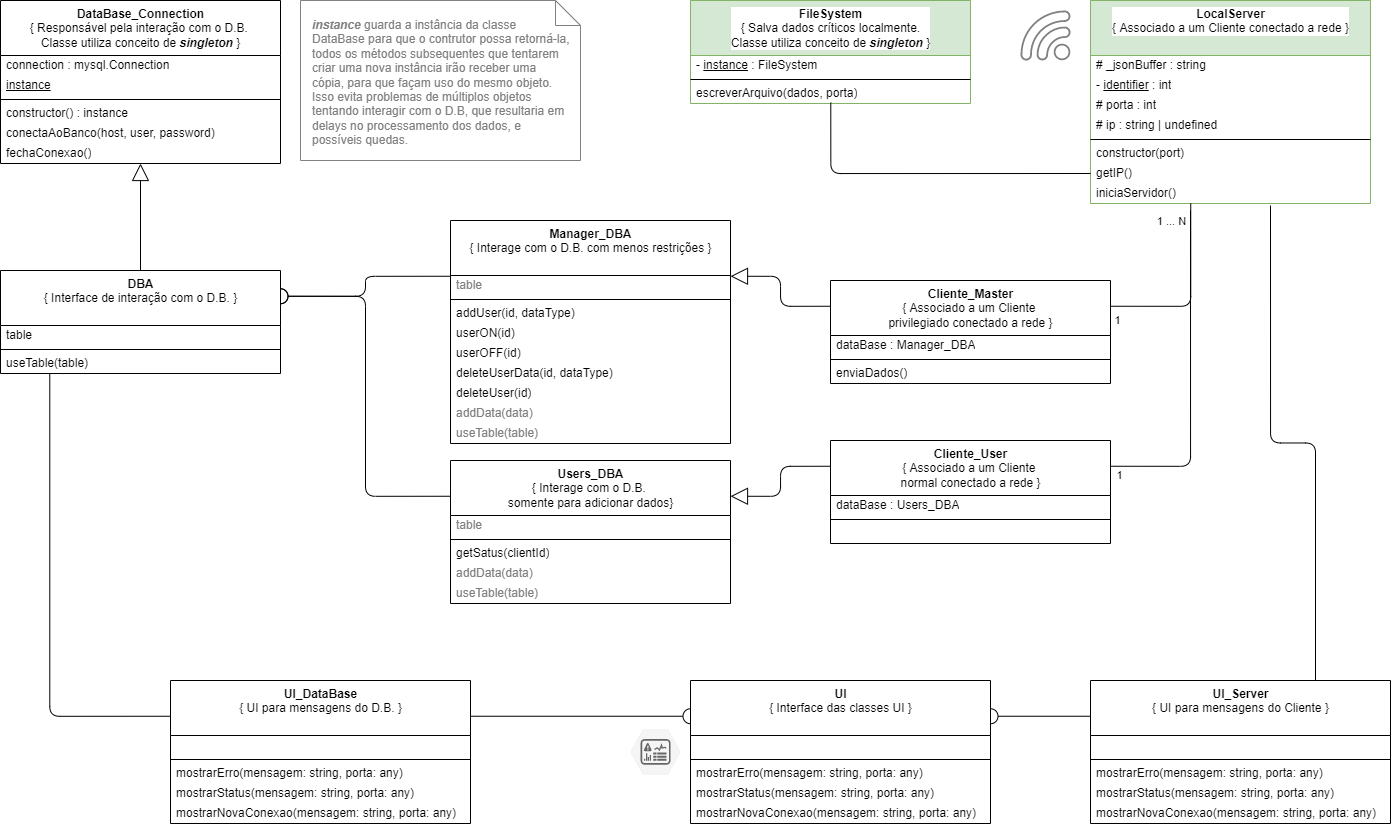
Before: MKSENSE.drawio.png, a diagram exported from draw.io (DIEGOVZK/MKSENSE). Source tidied: cells renumbered, new cells last; positions are measured from the earlier drawing's top-left corner, leaving out a move shared by most shapes.
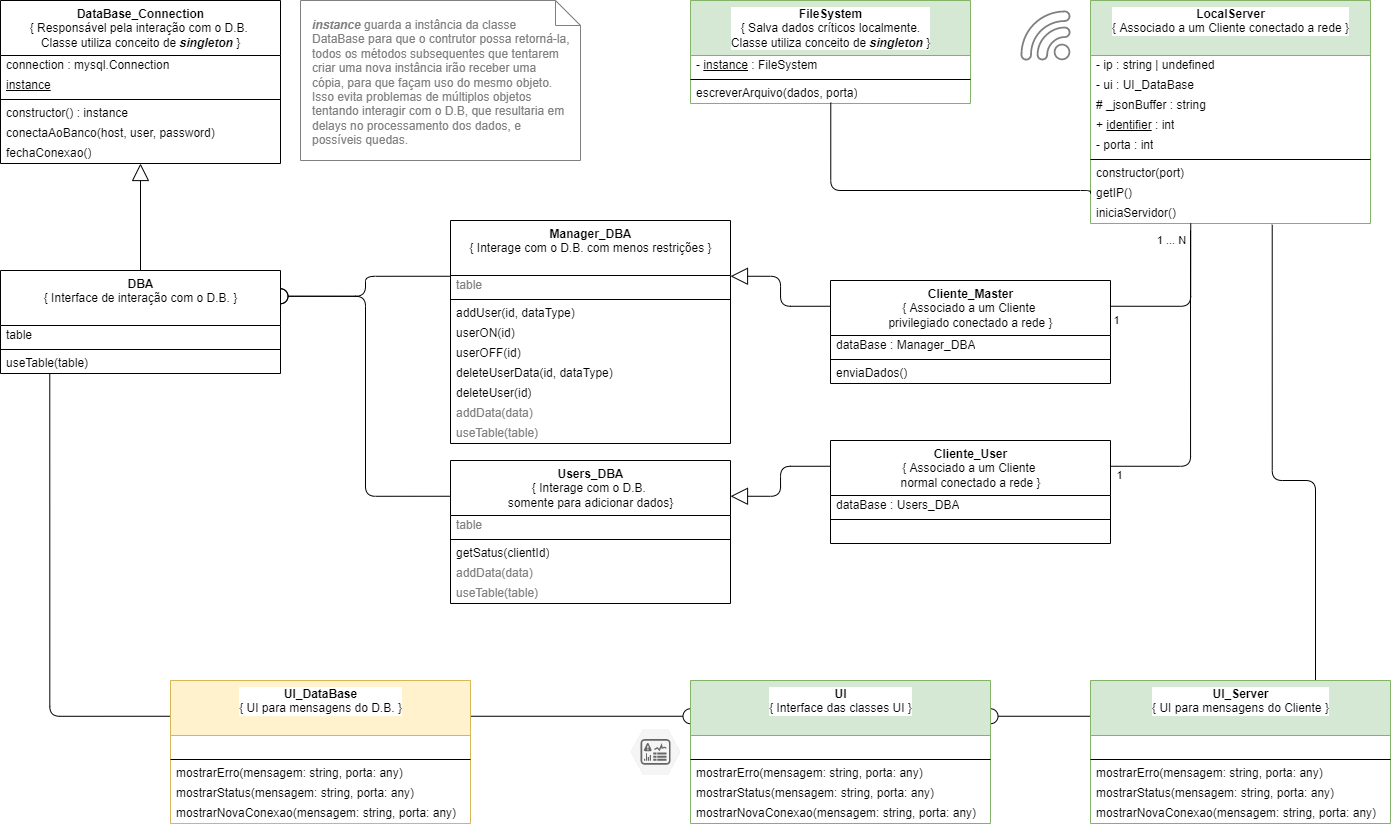
After the commit.

What changed in the source:
```diff
@@ -45,35 +45,38 @@
       <mxGeometry y="83" width="280" height="20" as="geometry" />
     </mxCell>
     <mxCell id="16" value="&lt;b&gt;LocalServer&lt;br&gt;&lt;/b&gt;{ Associado a um Cliente conectado a rede }" style="swimlane;fontStyle=0;align=center;verticalAlign=top;horizontal=1;startSize=55;html=1;labelBackgroundColor=#FFFFFF;labelBorderColor=none;fillColor=#d5e8d4;strokeColor=#82b366;" parent="1" vertex="1">
-      <mxGeometry x="1090" width="280" height="203" as="geometry" />
+      <mxGeometry x="1090" width="280" height="223" as="geometry" />
     </mxCell>
+    <mxCell id="20" value="- ip : string | undefined" style="text;html=1;strokeColor=none;fillColor=none;align=left;verticalAlign=middle;spacingLeft=4;spacingRight=4;overflow=hidden;labelBackgroundColor=#FFFFFF;labelBorderColor=none;" parent="16" vertex="1">
+      <mxGeometry y="55" width="280" height="20" as="geometry" />
+    </mxCell>
+    <mxCell id="87" value="- ui : UI_DataBase" style="text;html=1;strokeColor=none;fillColor=none;align=left;verticalAlign=middle;spacingLeft=4;spacingRight=4;overflow=hidden;labelBackgroundColor=#FFFFFF;labelBorderColor=none;" parent="16" vertex="1">
+      <mxGeometry y="75" width="280" height="20" as="geometry" />
+    </mxCell>
     <mxCell id="17" value="# _jsonBuffer : string" style="text;html=1;strokeColor=none;fillColor=none;align=left;verticalAlign=middle;spacingLeft=4;spacingRight=4;overflow=hidden;labelBackgroundColor=#FFFFFF;labelBorderColor=none;" parent="16" vertex="1">
-      <mxGeometry y="55" width="280" height="20" as="geometry" />
+      <mxGeometry y="95" width="280" height="20" as="geometry" />
     </mxCell>
-    <mxCell id="18" value="- &lt;u&gt;identifier&lt;/u&gt;&amp;nbsp;: int" style="text;html=1;strokeColor=none;fillColor=none;align=left;verticalAlign=middle;spacingLeft=4;spacingRight=4;overflow=hidden;labelBackgroundColor=#FFFFFF;labelBorderColor=none;" parent="16" vertex="1">
-      <mxGeometry y="75" width="280" height="20" as="geometry" />
+    <mxCell id="18" value="+ &lt;u&gt;identifier&lt;/u&gt;&amp;nbsp;: int" style="text;html=1;strokeColor=none;fillColor=none;align=left;verticalAlign=middle;spacingLeft=4;spacingRight=4;overflow=hidden;labelBackgroundColor=#FFFFFF;labelBorderColor=none;" parent="16" vertex="1">
+      <mxGeometry y="115" width="280" height="20" as="geometry" />
     </mxCell>
-    <mxCell id="19" value="# porta : int" style="text;html=1;strokeColor=none;fillColor=none;align=left;verticalAlign=middle;spacingLeft=4;spacingRight=4;overflow=hidden;labelBackgroundColor=#FFFFFF;labelBorderColor=none;" parent="16" vertex="1">
-      <mxGeometry y="95" width="280" height="20" as="geometry" />
+    <mxCell id="19" value="- porta : int" style="text;html=1;strokeColor=none;fillColor=none;align=left;verticalAlign=middle;spacingLeft=4;spacingRight=4;overflow=hidden;labelBackgroundColor=#FFFFFF;labelBorderColor=none;" parent="16" vertex="1">
+      <mxGeometry y="135" width="280" height="20" as="geometry" />
     </mxCell>
-    <mxCell id="20" value="# ip : string | undefined" style="text;html=1;strokeColor=none;fillColor=none;align=left;verticalAlign=middle;spacingLeft=4;spacingRight=4;overflow=hidden;labelBackgroundColor=#FFFFFF;labelBorderColor=none;" parent="16" vertex="1">
-      <mxGeometry y="115" width="280" height="20" as="geometry" />
-    </mxCell>
     <mxCell id="21" style="line;strokeWidth=1;fillColor=none;align=left;verticalAlign=middle;spacingTop=-1;spacingLeft=3;spacingRight=3;labelPosition=right;labelBackgroundColor=#FFFFFF;labelBorderColor=none;" parent="16" vertex="1">
-      <mxGeometry y="135" width="280" height="8" as="geometry" />
+      <mxGeometry y="155" width="280" height="8" as="geometry" />
     </mxCell>
     <mxCell id="22" value="constructor(port)" style="text;html=1;strokeColor=none;fillColor=none;align=left;verticalAlign=middle;spacingLeft=4;spacingRight=4;overflow=hidden;labelBackgroundColor=#FFFFFF;labelBorderColor=none;" parent="16" vertex="1">
-      <mxGeometry y="143" width="280" height="20" as="geometry" />
+      <mxGeometry y="163" width="280" height="20" as="geometry" />
     </mxCell>
     <mxCell id="23" value="getIP()" style="text;html=1;strokeColor=none;fillColor=none;align=left;verticalAlign=middle;spacingLeft=4;spacingRight=4;overflow=hidden;points=[[0,0.5],[1,0.5]];portConstraint=eastwest;labelBackgroundColor=#FFFFFF;labelBorderColor=none;" parent="16" vertex="1">
-      <mxGeometry y="163" width="280" height="20" as="geometry" />
+      <mxGeometry y="183" width="280" height="20" as="geometry" />
     </mxCell>
     <mxCell id="24" value="iniciaServidor()" style="text;html=1;strokeColor=none;fillColor=none;align=left;verticalAlign=middle;spacingLeft=4;spacingRight=4;overflow=hidden;points=[[0,0.5],[1,0.5]];portConstraint=eastwest;labelBackgroundColor=#FFFFFF;labelBorderColor=none;" parent="16" vertex="1">
-      <mxGeometry y="183" width="280" height="20" as="geometry" />
+      <mxGeometry y="203" width="280" height="20" as="geometry" />
     </mxCell>
     <mxCell id="25" style="edgeStyle=orthogonalEdgeStyle;html=1;exitX=1;exitY=0.25;exitDx=0;exitDy=0;shadow=0;fontColor=#000000;startArrow=none;startFill=0;endArrow=none;endFill=0;startSize=15;endSize=15;sourcePerimeterSpacing=0;targetPerimeterSpacing=1;labelBackgroundColor=#FFFFFF;labelBorderColor=none;" parent="1" edge="1" source="26">
       <mxGeometry relative="1" as="geometry">
-        <mxPoint x="1190" y="210" as="targetPoint" />
+        <mxPoint x="1190" y="230" as="targetPoint" />
       </mxGeometry>
     </mxCell>
     <mxCell id="26" value="&lt;b&gt;Cliente_User&lt;br&gt;&lt;/b&gt;{ Associado a um Cliente &lt;br&gt;normal conectado a rede }" style="swimlane;fontStyle=0;align=center;verticalAlign=top;horizontal=1;startSize=55;html=1;labelBackgroundColor=#FFFFFF;labelBorderColor=none;" parent="1" vertex="1">
@@ -97,7 +100,7 @@
     <mxCell id="32" style="edgeStyle=orthogonalEdgeStyle;html=1;entryX=1;entryY=0.25;entryDx=0;entryDy=0;fontColor=#808080;startArrow=oval;startFill=0;endArrow=none;endFill=0;exitX=0;exitY=0.25;exitDx=0;exitDy=0;startSize=15;targetPerimeterSpacing=1;sourcePerimeterSpacing=15;endSize=6;shadow=0;labelBackgroundColor=#FFFFFF;labelBorderColor=none;" parent="1" edge="1" source="33" target="47">
       <mxGeometry relative="1" as="geometry" />
     </mxCell>
-    <mxCell id="33" value="&lt;b&gt;UI&lt;br&gt;&lt;/b&gt;{ Interface das classes UI }" style="swimlane;fontStyle=0;align=center;verticalAlign=top;horizontal=1;startSize=55;html=1;labelBackgroundColor=#FFFFFF;labelBorderColor=none;" parent="1" vertex="1">
+    <mxCell id="33" value="&lt;b&gt;UI&lt;br&gt;&lt;/b&gt;{ Interface das classes UI }" style="swimlane;fontStyle=0;align=center;verticalAlign=top;horizontal=1;startSize=55;html=1;labelBackgroundColor=#FFFFFF;labelBorderColor=none;fillColor=#d5e8d4;strokeColor=#82b366;" parent="1" vertex="1">
       <mxGeometry x="690" y="680" width="300" height="143" as="geometry" />
     </mxCell>
     <mxCell id="34" value="&amp;nbsp;" style="text;html=1;strokeColor=none;fillColor=none;align=left;verticalAlign=middle;spacingLeft=4;spacingRight=4;overflow=hidden;labelBackgroundColor=#FFFFFF;labelBorderColor=none;" parent="33" vertex="1">
@@ -115,12 +118,15 @@
     <mxCell id="38" value="mostrarNovaConexao(mensagem: string, porta: any)" style="text;html=1;strokeColor=none;fillColor=none;align=left;verticalAlign=middle;spacingLeft=4;spacingRight=4;overflow=hidden;labelBackgroundColor=#FFFFFF;labelBorderColor=none;" parent="33" vertex="1">
       <mxGeometry y="123" width="300" height="20" as="geometry" />
     </mxCell>
-    <mxCell id="39" style="edgeStyle=orthogonalEdgeStyle;html=1;exitX=0.75;exitY=0;exitDx=0;exitDy=0;shadow=0;fontColor=#000000;startArrow=none;startFill=0;endArrow=none;endFill=0;startSize=15;endSize=15;sourcePerimeterSpacing=0;targetPerimeterSpacing=1;labelBackgroundColor=#FFFFFF;labelBorderColor=none;" parent="1" edge="1" source="40">
+    <mxCell id="39" style="edgeStyle=orthogonalEdgeStyle;html=1;exitX=0.75;exitY=0;exitDx=0;exitDy=0;shadow=0;fontColor=#000000;startArrow=none;startFill=0;endArrow=none;endFill=0;startSize=15;endSize=15;sourcePerimeterSpacing=0;targetPerimeterSpacing=1;labelBackgroundColor=#FFFFFF;labelBorderColor=none;entryX=0.649;entryY=1.063;entryDx=0;entryDy=0;entryPerimeter=0;" parent="1" edge="1" source="40" target="24">
       <mxGeometry relative="1" as="geometry">
-        <mxPoint x="1270" y="205" as="targetPoint" />
+        <Array as="points">
+          <mxPoint x="1315" y="480" />
+          <mxPoint x="1272" y="480" />
+        </Array>
       </mxGeometry>
     </mxCell>
-    <mxCell id="40" value="&lt;b&gt;UI_Server&lt;br&gt;&lt;/b&gt;{ UI para mensagens do Cliente }" style="swimlane;fontStyle=0;align=center;verticalAlign=top;horizontal=1;startSize=55;html=1;labelBackgroundColor=#FFFFFF;labelBorderColor=none;" parent="1" vertex="1">
+    <mxCell id="40" value="&lt;b&gt;UI_Server&lt;br&gt;&lt;/b&gt;{ UI para mensagens do Cliente }" style="swimlane;fontStyle=0;align=center;verticalAlign=top;horizontal=1;startSize=55;html=1;labelBackgroundColor=#FFFFFF;labelBorderColor=none;fillColor=#d5e8d4;strokeColor=#82b366;" parent="1" vertex="1">
       <mxGeometry x="1090" y="680" width="300" height="143" as="geometry" />
     </mxCell>
     <mxCell id="41" value="&amp;nbsp;" style="text;html=1;strokeColor=none;fillColor=none;align=left;verticalAlign=middle;spacingLeft=4;spacingRight=4;overflow=hidden;labelBackgroundColor=#FFFFFF;labelBorderColor=none;" parent="40" vertex="1">
@@ -141,7 +147,7 @@
     <mxCell id="46" style="edgeStyle=orthogonalEdgeStyle;html=1;exitX=0;exitY=0.25;exitDx=0;exitDy=0;entryX=0.176;entryY=0.983;entryDx=0;entryDy=0;entryPerimeter=0;shadow=0;fontColor=#000000;startArrow=none;startFill=0;endArrow=none;endFill=0;startSize=15;endSize=15;sourcePerimeterSpacing=0;targetPerimeterSpacing=1;labelBackgroundColor=#FFFFFF;labelBorderColor=none;" parent="1" edge="1" source="47" target="15">
       <mxGeometry relative="1" as="geometry" />
     </mxCell>
-    <mxCell id="47" value="&lt;b&gt;UI_DataBase&lt;br&gt;&lt;/b&gt;{ UI para mensagens do D.B. }" style="swimlane;fontStyle=0;align=center;verticalAlign=top;horizontal=1;startSize=55;html=1;labelBackgroundColor=#FFFFFF;labelBorderColor=none;" parent="1" vertex="1">
+    <mxCell id="47" value="&lt;b&gt;UI_DataBase&lt;br&gt;&lt;/b&gt;{ UI para mensagens do D.B. }" style="swimlane;fontStyle=0;align=center;verticalAlign=top;horizontal=1;startSize=55;html=1;labelBackgroundColor=#FFFFFF;labelBorderColor=none;fillColor=#fff2cc;strokeColor=#d6b656;" parent="1" vertex="1">
       <mxGeometry x="170" y="680" width="300" height="143" as="geometry" />
     </mxCell>
     <mxCell id="48" value="&amp;nbsp;" style="text;html=1;strokeColor=none;fillColor=none;align=left;verticalAlign=middle;spacingLeft=4;spacingRight=4;overflow=hidden;labelBackgroundColor=#FFFFFF;labelBorderColor=none;" parent="47" vertex="1">
@@ -269,7 +275,8 @@
     <mxCell id="86" style="edgeStyle=orthogonalEdgeStyle;html=1;exitX=0;exitY=0.5;exitDx=0;exitDy=0;entryX=0.501;entryY=0.96;entryDx=0;entryDy=0;startArrow=none;startFill=0;endArrow=none;endFill=0;entryPerimeter=0;labelBackgroundColor=#FFFFFF;labelBorderColor=none;" parent="1" edge="1" source="23" target="85">
       <mxGeometry relative="1" as="geometry">
         <Array as="points">
-          <mxPoint x="830" y="173" />
+          <mxPoint x="1090" y="190" />
+          <mxPoint x="830" y="190" />
         </Array>
       </mxGeometry>
     </mxCell>
```
